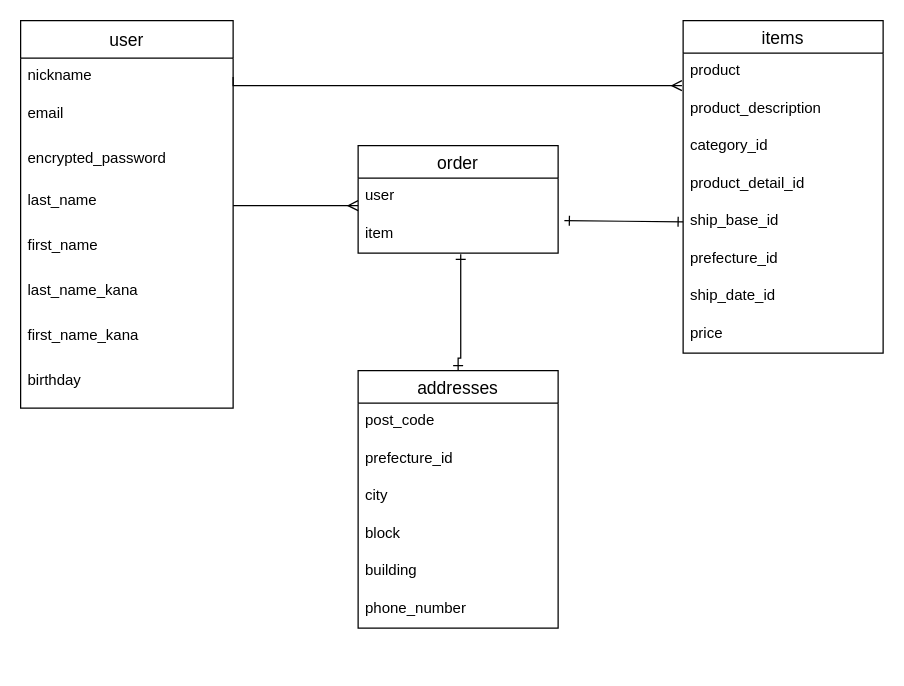
This is test.dio from yohikazu-shibuya/furima-34737, a draw.io file, before an edit. Source tidied: cells renumbered, new cells numbered last; positions are measured from the earlier drawing's top-left corner, leaving out a move shared by most shapes. Both pictures are drawn from the tidied source at 125%, with x=0, y=0 at pixel (20, 20).
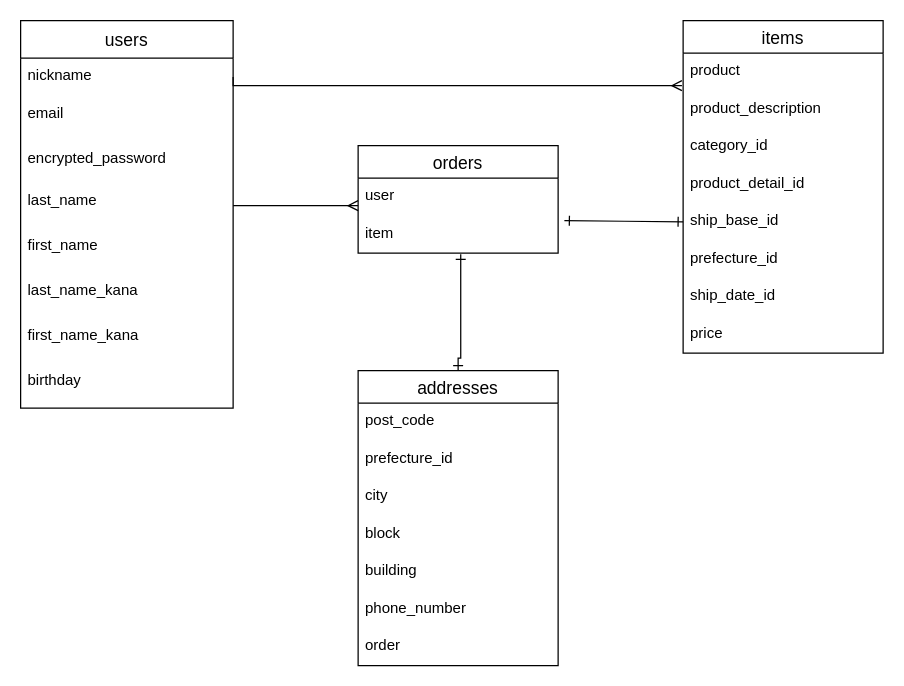
The same diagram, later.

The edit, as a diff of the source:
```diff
@@
-    <mxCell id="2" value="user" style="swimlane;fontStyle=0;horizontal=1;startSize=30;align=center;fontSize=14;" parent="1" vertex="1">
+    <mxCell id="2" value="users" style="swimlane;fontStyle=0;horizontal=1;startSize=30;align=center;fontSize=14;" parent="1" vertex="1">
       <mxGeometry width="170" height="310" as="geometry" />
     </mxCell>
@@
-    <mxCell id="20" value="order" style="swimlane;fontStyle=0;horizontal=1;startSize=26;align=center;fontSize=14;" parent="1" vertex="1">
+    <mxCell id="20" value="orders" style="swimlane;fontStyle=0;horizontal=1;startSize=26;align=center;fontSize=14;" parent="1" vertex="1">
       <mxGeometry x="270" y="100" width="160" height="86" as="geometry" />
     </mxCell>
@@
     <mxCell id="24" value="addresses" style="swimlane;fontStyle=0;horizontal=1;startSize=26;align=center;fontSize=14;" parent="1" vertex="1">
-      <mxGeometry x="270" y="280" width="160" height="206" as="geometry" />
+      <mxGeometry x="270" y="280" width="160" height="236" as="geometry" />
     </mxCell>
@@
+    <mxCell id="34" value="phone_number" style="text;strokeColor=none;fillColor=none;spacingLeft=4;spacingRight=4;overflow=hidden;fontSize=12;" parent="24" vertex="1">
+      <mxGeometry y="176" width="160" height="30" as="geometry" />
+    </mxCell>
-    <mxCell id="30" value="phone_number" style="text;strokeColor=none;fillColor=none;spacingLeft=4;spacingRight=4;overflow=hidden;fontSize=12;" parent="24" vertex="1">
-      <mxGeometry y="176" width="160" height="30" as="geometry" />
+    <mxCell id="30" value="order" style="text;strokeColor=none;fillColor=none;spacingLeft=4;spacingRight=4;overflow=hidden;fontSize=12;" parent="24" vertex="1">
+      <mxGeometry y="206" width="160" height="30" as="geometry" />
     </mxCell>
```
